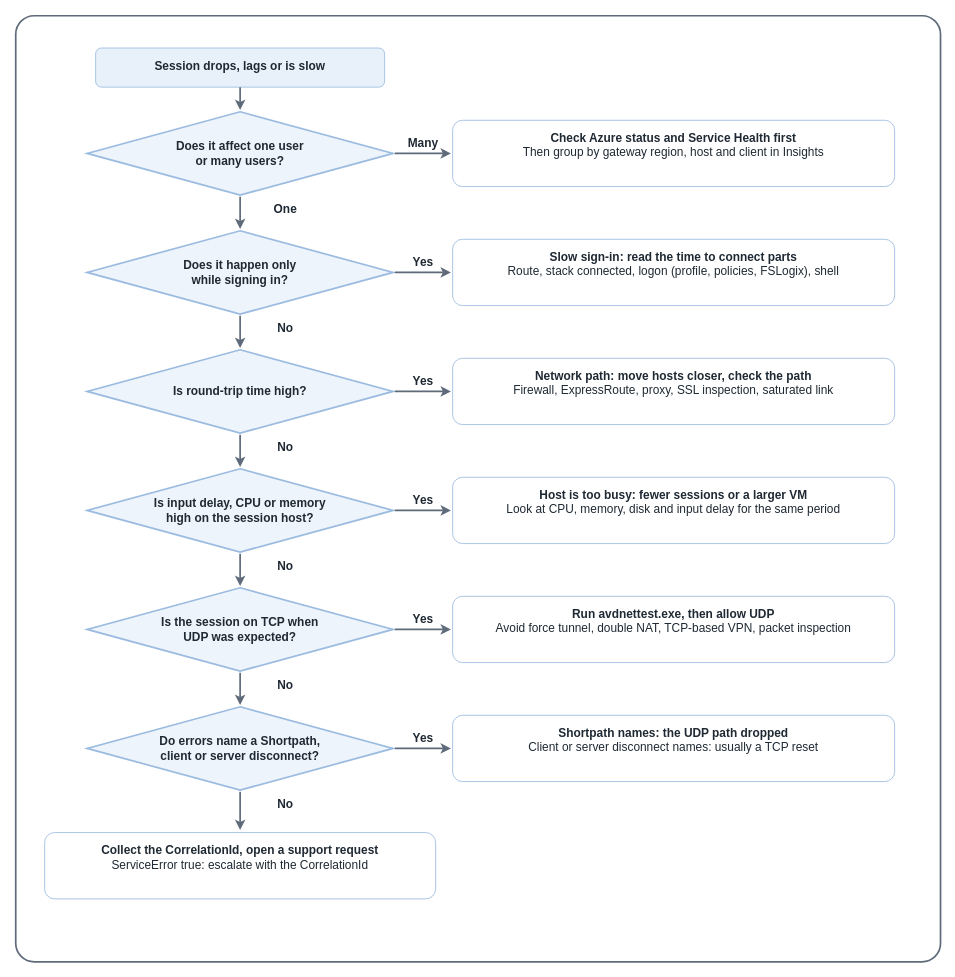
AddySidd27/cloud-ai-notes keeps this draw.io diagram as src/img/avd/troubleshoot-disconnects-and-slow-sessions.drawio. Above is the earlier version. Source tidied: cells renumbered, new cells numbered last; positions are measured from the earlier drawing's top-left corner, leaving out a move shared by most shapes. Both pictures are drawn from the tidied source at 85%, with x=0, y=0 at pixel (15, 15).
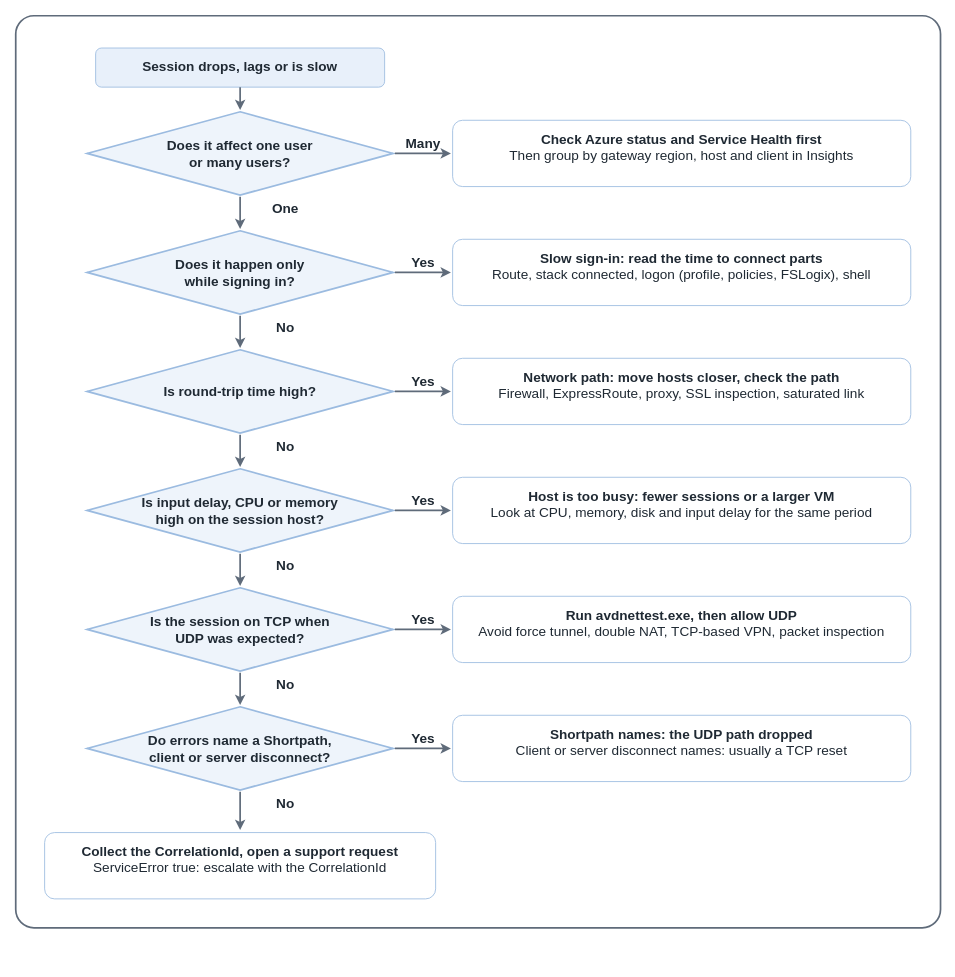
The same diagram, later.

The edit, as a diff of the source:
```diff
@@
     <mxCell id="2" style="rounded=1;arcSize=2;html=1;fillColor=#ffffff;strokeColor=#5f6b7a;strokeWidth=2;" parent="1" vertex="1">
-      <mxGeometry width="1088" height="1113" as="geometry" />
+      <mxGeometry width="1088" height="1073" as="geometry" />
     </mxCell>
-    <mxCell id="3" value="&lt;b&gt;Session drops, lags or is slow&lt;/b&gt;&lt;br&gt;" style="rounded=1;whiteSpace=wrap;html=1;fillColor=#e8f0fa;strokeColor=#9bbbe0;fontSize=14;fontColor=#1f2933;verticalAlign=top;spacingTop=6;" parent="1" vertex="1">
+    <mxCell id="3" value="&lt;b&gt;Session drops, lags or is slow&lt;/b&gt;&lt;br&gt;" style="rounded=1;whiteSpace=wrap;html=1;fillColor=#e8f0fa;strokeColor=#9bbbe0;fontSize=16;fontColor=#1f2933;verticalAlign=top;spacingTop=6;" parent="1" vertex="1">
       <mxGeometry x="94" y="38" width="340" height="46" as="geometry" />
     </mxCell>
@@
-    <mxCell id="5" value="Does it affect one user&lt;br&gt;or many users?" style="rhombus;whiteSpace=wrap;html=1;fillColor=#eef4fb;strokeColor=#9bbbe0;strokeWidth=2;fontSize=14;fontStyle=1;fontColor=#1f2933;" parent="1" vertex="1">
+    <mxCell id="5" value="Does it affect one user&lt;br&gt;or many users?" style="rhombus;whiteSpace=wrap;html=1;fillColor=#eef4fb;strokeColor=#9bbbe0;strokeWidth=2;fontSize=16;fontStyle=1;fontColor=#1f2933;" parent="1" vertex="1">
       <mxGeometry x="84" y="113" width="360" height="98" as="geometry" />
     </mxCell>
@@
-    <mxCell id="7" value="&lt;b&gt;Many&lt;/b&gt;" style="text;html=1;align=center;verticalAlign=middle;fontSize=14;fontColor=#1f2933;" parent="1" vertex="1">
+    <mxCell id="7" value="&lt;b&gt;Many&lt;/b&gt;" style="text;html=1;align=center;verticalAlign=middle;fontSize=16;fontColor=#1f2933;" parent="1" vertex="1">
       <mxGeometry x="448" y="138" width="62" height="24" as="geometry" />
     </mxCell>
-    <mxCell id="8" value="&lt;b&gt;Check Azure status and Service Health first&lt;/b&gt;&lt;br&gt;Then group by gateway region, host and client in Insights" style="rounded=1;whiteSpace=wrap;html=1;fillColor=#ffffff;strokeColor=#9bbbe0;fontSize=14;fontColor=#1f2933;verticalAlign=top;spacingTop=6;" parent="1" vertex="1">
-      <mxGeometry x="514" y="123" width="520" height="78" as="geometry" />
+    <mxCell id="8" value="&lt;b&gt;Check Azure status and Service Health first&lt;/b&gt;&lt;br&gt;Then group by gateway region, host and client in Insights" style="rounded=1;whiteSpace=wrap;html=1;fillColor=#ffffff;strokeColor=#9bbbe0;fontSize=16;fontColor=#1f2933;verticalAlign=top;spacingTop=6;" parent="1" vertex="1">
+      <mxGeometry x="514" y="123" width="539" height="78" as="geometry" />
     </mxCell>
@@
-    <mxCell id="10" value="&lt;b&gt;One&lt;/b&gt;" style="text;html=1;align=center;verticalAlign=middle;fontSize=14;fontColor=#1f2933;" parent="1" vertex="1">
+    <mxCell id="10" value="&lt;b&gt;One&lt;/b&gt;" style="text;html=1;align=center;verticalAlign=middle;fontSize=16;fontColor=#1f2933;" parent="1" vertex="1">
       <mxGeometry x="272" y="215" width="90" height="24" as="geometry" />
     </mxCell>
-    <mxCell id="11" value="Does it happen only&lt;br&gt;while signing in?" style="rhombus;whiteSpace=wrap;html=1;fillColor=#eef4fb;strokeColor=#9bbbe0;strokeWidth=2;fontSize=14;fontStyle=1;fontColor=#1f2933;" parent="1" vertex="1">
+    <mxCell id="11" value="Does it happen only&lt;br&gt;while signing in?" style="rhombus;whiteSpace=wrap;html=1;fillColor=#eef4fb;strokeColor=#9bbbe0;strokeWidth=2;fontSize=16;fontStyle=1;fontColor=#1f2933;" parent="1" vertex="1">
       <mxGeometry x="84" y="253" width="360" height="98" as="geometry" />
     </mxCell>
@@
-    <mxCell id="13" value="&lt;b&gt;Yes&lt;/b&gt;" style="text;html=1;align=center;verticalAlign=middle;fontSize=14;fontColor=#1f2933;" parent="1" vertex="1">
+    <mxCell id="13" value="&lt;b&gt;Yes&lt;/b&gt;" style="text;html=1;align=center;verticalAlign=middle;fontSize=16;fontColor=#1f2933;" parent="1" vertex="1">
       <mxGeometry x="448" y="278" width="62" height="24" as="geometry" />
     </mxCell>
-    <mxCell id="14" value="&lt;b&gt;Slow sign-in: read the time to connect parts&lt;/b&gt;&lt;br&gt;Route, stack connected, logon (profile, policies, FSLogix), shell" style="rounded=1;whiteSpace=wrap;html=1;fillColor=#ffffff;strokeColor=#9bbbe0;fontSize=14;fontColor=#1f2933;verticalAlign=top;spacingTop=6;" parent="1" vertex="1">
-      <mxGeometry x="514" y="263" width="520" height="78" as="geometry" />
+    <mxCell id="14" value="&lt;b&gt;Slow sign-in: read the time to connect parts&lt;/b&gt;&lt;br&gt;Route, stack connected, logon (profile, policies, FSLogix), shell" style="rounded=1;whiteSpace=wrap;html=1;fillColor=#ffffff;strokeColor=#9bbbe0;fontSize=16;fontColor=#1f2933;verticalAlign=top;spacingTop=6;" parent="1" vertex="1">
+      <mxGeometry x="514" y="263" width="539" height="78" as="geometry" />
     </mxCell>
@@
-    <mxCell id="16" value="&lt;b&gt;No&lt;/b&gt;" style="text;html=1;align=center;verticalAlign=middle;fontSize=14;fontColor=#1f2933;" parent="1" vertex="1">
+    <mxCell id="16" value="&lt;b&gt;No&lt;/b&gt;" style="text;html=1;align=center;verticalAlign=middle;fontSize=16;fontColor=#1f2933;" parent="1" vertex="1">
       <mxGeometry x="272" y="355" width="90" height="24" as="geometry" />
     </mxCell>
-    <mxCell id="17" value="Is round-trip time high?" style="rhombus;whiteSpace=wrap;html=1;fillColor=#eef4fb;strokeColor=#9bbbe0;strokeWidth=2;fontSize=14;fontStyle=1;fontColor=#1f2933;" parent="1" vertex="1">
+    <mxCell id="17" value="Is round-trip time high?" style="rhombus;whiteSpace=wrap;html=1;fillColor=#eef4fb;strokeColor=#9bbbe0;strokeWidth=2;fontSize=16;fontStyle=1;fontColor=#1f2933;" parent="1" vertex="1">
       <mxGeometry x="84" y="393" width="360" height="98" as="geometry" />
     </mxCell>
@@
-    <mxCell id="19" value="&lt;b&gt;Yes&lt;/b&gt;" style="text;html=1;align=center;verticalAlign=middle;fontSize=14;fontColor=#1f2933;" parent="1" vertex="1">
+    <mxCell id="19" value="&lt;b&gt;Yes&lt;/b&gt;" style="text;html=1;align=center;verticalAlign=middle;fontSize=16;fontColor=#1f2933;" parent="1" vertex="1">
       <mxGeometry x="448" y="418" width="62" height="24" as="geometry" />
     </mxCell>
-    <mxCell id="20" value="&lt;b&gt;Network path: move hosts closer, check the path&lt;/b&gt;&lt;br&gt;Firewall, ExpressRoute, proxy, SSL inspection, saturated link" style="rounded=1;whiteSpace=wrap;html=1;fillColor=#ffffff;strokeColor=#9bbbe0;fontSize=14;fontColor=#1f2933;verticalAlign=top;spacingTop=6;" parent="1" vertex="1">
-      <mxGeometry x="514" y="403" width="520" height="78" as="geometry" />
+    <mxCell id="20" value="&lt;b&gt;Network path: move hosts closer, check the path&lt;/b&gt;&lt;br&gt;Firewall, ExpressRoute, proxy, SSL inspection, saturated link" style="rounded=1;whiteSpace=wrap;html=1;fillColor=#ffffff;strokeColor=#9bbbe0;fontSize=16;fontColor=#1f2933;verticalAlign=top;spacingTop=6;" parent="1" vertex="1">
+      <mxGeometry x="514" y="403" width="539" height="78" as="geometry" />
     </mxCell>
@@
-    <mxCell id="22" value="&lt;b&gt;No&lt;/b&gt;" style="text;html=1;align=center;verticalAlign=middle;fontSize=14;fontColor=#1f2933;" parent="1" vertex="1">
+    <mxCell id="22" value="&lt;b&gt;No&lt;/b&gt;" style="text;html=1;align=center;verticalAlign=middle;fontSize=16;fontColor=#1f2933;" parent="1" vertex="1">
       <mxGeometry x="272" y="495" width="90" height="24" as="geometry" />
     </mxCell>
-    <mxCell id="23" value="Is input delay, CPU or memory&lt;br&gt;high on the session host?" style="rhombus;whiteSpace=wrap;html=1;fillColor=#eef4fb;strokeColor=#9bbbe0;strokeWidth=2;fontSize=14;fontStyle=1;fontColor=#1f2933;" parent="1" vertex="1">
+    <mxCell id="23" value="Is input delay, CPU or memory&lt;br&gt;high on the session host?" style="rhombus;whiteSpace=wrap;html=1;fillColor=#eef4fb;strokeColor=#9bbbe0;strokeWidth=2;fontSize=16;fontStyle=1;fontColor=#1f2933;" parent="1" vertex="1">
       <mxGeometry x="84" y="533" width="360" height="98" as="geometry" />
     </mxCell>
@@
-    <mxCell id="25" value="&lt;b&gt;Yes&lt;/b&gt;" style="text;html=1;align=center;verticalAlign=middle;fontSize=14;fontColor=#1f2933;" parent="1" vertex="1">
+    <mxCell id="25" value="&lt;b&gt;Yes&lt;/b&gt;" style="text;html=1;align=center;verticalAlign=middle;fontSize=16;fontColor=#1f2933;" parent="1" vertex="1">
       <mxGeometry x="448" y="558" width="62" height="24" as="geometry" />
     </mxCell>
-    <mxCell id="26" value="&lt;b&gt;Host is too busy: fewer sessions or a larger VM&lt;/b&gt;&lt;br&gt;Look at CPU, memory, disk and input delay for the same period" style="rounded=1;whiteSpace=wrap;html=1;fillColor=#ffffff;strokeColor=#9bbbe0;fontSize=14;fontColor=#1f2933;verticalAlign=top;spacingTop=6;" parent="1" vertex="1">
-      <mxGeometry x="514" y="543" width="520" height="78" as="geometry" />
+    <mxCell id="26" value="&lt;b&gt;Host is too busy: fewer sessions or a larger VM&lt;/b&gt;&lt;br&gt;Look at CPU, memory, disk and input delay for the same period" style="rounded=1;whiteSpace=wrap;html=1;fillColor=#ffffff;strokeColor=#9bbbe0;fontSize=16;fontColor=#1f2933;verticalAlign=top;spacingTop=6;" parent="1" vertex="1">
+      <mxGeometry x="514" y="543" width="539" height="78" as="geometry" />
     </mxCell>
@@
-    <mxCell id="28" value="&lt;b&gt;No&lt;/b&gt;" style="text;html=1;align=center;verticalAlign=middle;fontSize=14;fontColor=#1f2933;" parent="1" vertex="1">
+    <mxCell id="28" value="&lt;b&gt;No&lt;/b&gt;" style="text;html=1;align=center;verticalAlign=middle;fontSize=16;fontColor=#1f2933;" parent="1" vertex="1">
       <mxGeometry x="272" y="635" width="90" height="24" as="geometry" />
     </mxCell>
-    <mxCell id="29" value="Is the session on TCP when&lt;br&gt;UDP was expected?" style="rhombus;whiteSpace=wrap;html=1;fillColor=#eef4fb;strokeColor=#9bbbe0;strokeWidth=2;fontSize=14;fontStyle=1;fontColor=#1f2933;" parent="1" vertex="1">
+    <mxCell id="29" value="Is the session on TCP when&lt;br&gt;UDP was expected?" style="rhombus;whiteSpace=wrap;html=1;fillColor=#eef4fb;strokeColor=#9bbbe0;strokeWidth=2;fontSize=16;fontStyle=1;fontColor=#1f2933;" parent="1" vertex="1">
       <mxGeometry x="84" y="673" width="360" height="98" as="geometry" />
     </mxCell>
@@
-    <mxCell id="31" value="&lt;b&gt;Yes&lt;/b&gt;" style="text;html=1;align=center;verticalAlign=middle;fontSize=14;fontColor=#1f2933;" parent="1" vertex="1">
+    <mxCell id="31" value="&lt;b&gt;Yes&lt;/b&gt;" style="text;html=1;align=center;verticalAlign=middle;fontSize=16;fontColor=#1f2933;" parent="1" vertex="1">
       <mxGeometry x="448" y="698" width="62" height="24" as="geometry" />
     </mxCell>
-    <mxCell id="32" value="&lt;b&gt;Run avdnettest.exe, then allow UDP&lt;/b&gt;&lt;br&gt;Avoid force tunnel, double NAT, TCP-based VPN, packet inspection" style="rounded=1;whiteSpace=wrap;html=1;fillColor=#ffffff;strokeColor=#9bbbe0;fontSize=14;fontColor=#1f2933;verticalAlign=top;spacingTop=6;" parent="1" vertex="1">
-      <mxGeometry x="514" y="683" width="520" height="78" as="geometry" />
+    <mxCell id="32" value="&lt;b&gt;Run avdnettest.exe, then allow UDP&lt;/b&gt;&lt;br&gt;Avoid force tunnel, double NAT, TCP-based VPN, packet inspection" style="rounded=1;whiteSpace=wrap;html=1;fillColor=#ffffff;strokeColor=#9bbbe0;fontSize=16;fontColor=#1f2933;verticalAlign=top;spacingTop=6;" parent="1" vertex="1">
+      <mxGeometry x="514" y="683" width="539" height="78" as="geometry" />
     </mxCell>
@@
-    <mxCell id="34" value="&lt;b&gt;No&lt;/b&gt;" style="text;html=1;align=center;verticalAlign=middle;fontSize=14;fontColor=#1f2933;" parent="1" vertex="1">
+    <mxCell id="34" value="&lt;b&gt;No&lt;/b&gt;" style="text;html=1;align=center;verticalAlign=middle;fontSize=16;fontColor=#1f2933;" parent="1" vertex="1">
       <mxGeometry x="272" y="775" width="90" height="24" as="geometry" />
     </mxCell>
-    <mxCell id="35" value="Do errors name a Shortpath,&lt;br&gt;client or server disconnect?" style="rhombus;whiteSpace=wrap;html=1;fillColor=#eef4fb;strokeColor=#9bbbe0;strokeWidth=2;fontSize=14;fontStyle=1;fontColor=#1f2933;" parent="1" vertex="1">
+    <mxCell id="35" value="Do errors name a Shortpath,&lt;br&gt;client or server disconnect?" style="rhombus;whiteSpace=wrap;html=1;fillColor=#eef4fb;strokeColor=#9bbbe0;strokeWidth=2;fontSize=16;fontStyle=1;fontColor=#1f2933;" parent="1" vertex="1">
       <mxGeometry x="84" y="813" width="360" height="98" as="geometry" />
     </mxCell>
@@
-    <mxCell id="37" value="&lt;b&gt;Yes&lt;/b&gt;" style="text;html=1;align=center;verticalAlign=middle;fontSize=14;fontColor=#1f2933;" parent="1" vertex="1">
+    <mxCell id="37" value="&lt;b&gt;Yes&lt;/b&gt;" style="text;html=1;align=center;verticalAlign=middle;fontSize=16;fontColor=#1f2933;" parent="1" vertex="1">
       <mxGeometry x="448" y="838" width="62" height="24" as="geometry" />
     </mxCell>
-    <mxCell id="38" value="&lt;b&gt;Shortpath names: the UDP path dropped&lt;/b&gt;&lt;br&gt;Client or server disconnect names: usually a TCP reset" style="rounded=1;whiteSpace=wrap;html=1;fillColor=#ffffff;strokeColor=#9bbbe0;fontSize=14;fontColor=#1f2933;verticalAlign=top;spacingTop=6;" parent="1" vertex="1">
-      <mxGeometry x="514" y="823" width="520" height="78" as="geometry" />
+    <mxCell id="38" value="&lt;b&gt;Shortpath names: the UDP path dropped&lt;/b&gt;&lt;br&gt;Client or server disconnect names: usually a TCP reset" style="rounded=1;whiteSpace=wrap;html=1;fillColor=#ffffff;strokeColor=#9bbbe0;fontSize=16;fontColor=#1f2933;verticalAlign=top;spacingTop=6;" parent="1" vertex="1">
+      <mxGeometry x="514" y="823" width="539" height="78" as="geometry" />
     </mxCell>
@@
-    <mxCell id="40" value="&lt;b&gt;No&lt;/b&gt;" style="text;html=1;align=center;verticalAlign=middle;fontSize=14;fontColor=#1f2933;" parent="1" vertex="1">
+    <mxCell id="40" value="&lt;b&gt;No&lt;/b&gt;" style="text;html=1;align=center;verticalAlign=middle;fontSize=16;fontColor=#1f2933;" parent="1" vertex="1">
       <mxGeometry x="272" y="915" width="90" height="24" as="geometry" />
     </mxCell>
-    <mxCell id="41" value="&lt;b&gt;Collect the CorrelationId, open a support request&lt;/b&gt;&lt;br&gt;ServiceError true: escalate with the CorrelationId" style="rounded=1;whiteSpace=wrap;html=1;fillColor=#ffffff;strokeColor=#9bbbe0;fontSize=14;fontColor=#1f2933;verticalAlign=top;spacingTop=6;" parent="1" vertex="1">
+    <mxCell id="41" value="&lt;b&gt;Collect the CorrelationId, open a support request&lt;/b&gt;&lt;br&gt;ServiceError true: escalate with the CorrelationId" style="rounded=1;whiteSpace=wrap;html=1;fillColor=#ffffff;strokeColor=#9bbbe0;fontSize=16;fontColor=#1f2933;verticalAlign=top;spacingTop=6;" parent="1" vertex="1">
       <mxGeometry x="34" y="961" width="460" height="78" as="geometry" />
     </mxCell>
```
